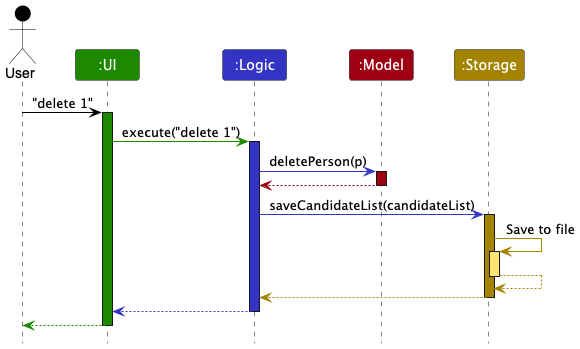
The PlantUML diagram docs/images/ArchitectureSequenceDiagram.png in julius-gwee/tp, before a commit. Its source is kept beside it as docs/diagrams/ArchitectureSequenceDiagram.puml.
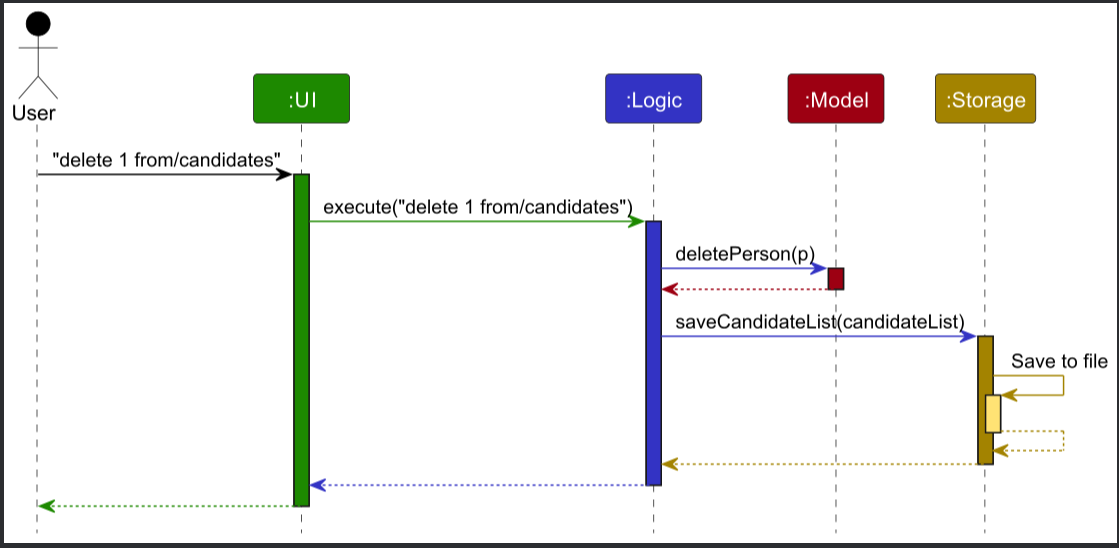
Later version of the same file.

Change to the diagram source:
```diff
@@ -8,10 +8,10 @@
 Participant ":Model" as model MODEL_COLOR
 Participant ":Storage" as storage STORAGE_COLOR
 
-user -[USER_COLOR]> ui : "delete 1"
+user -[USER_COLOR]> ui : "delete 1 from/candidates"
 activate ui UI_COLOR
 
-ui -[UI_COLOR]> logic : execute("delete 1")
+ui -[UI_COLOR]> logic : execute("delete 1 from/candidates")
 activate logic LOGIC_COLOR
 
 logic -[LOGIC_COLOR]> model : deletePerson(p)
```
